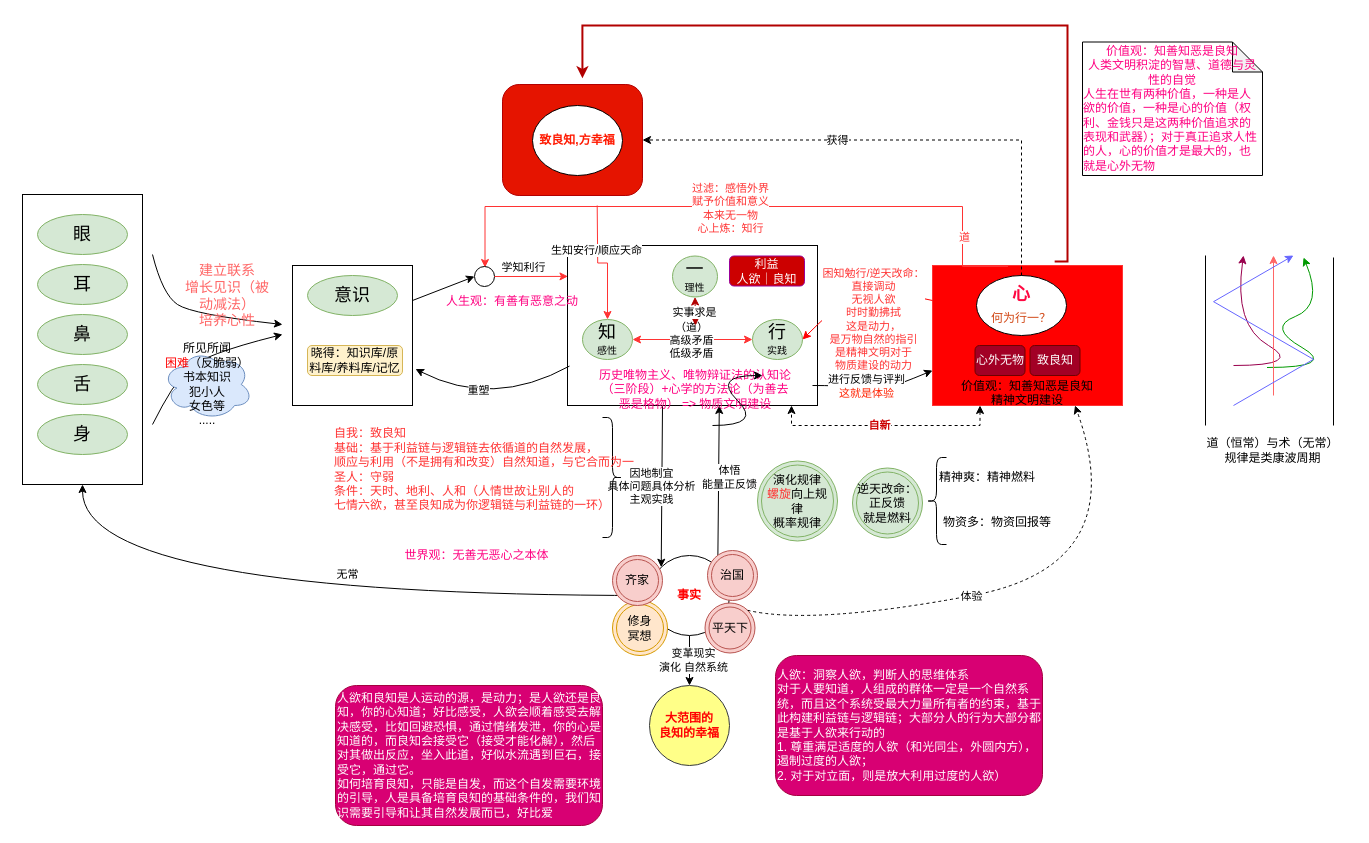
Above: page "存天理灭人欲" (3 of 3) of xinxue.drawio in kason-huang/DrawIO (draw.io), before the change. Source tidied: cells renumbered, new cells numbered last; positions are measured from the earlier drawing's top-left corner, leaving out a move shared by most shapes. Both pictures are drawn from the tidied source at 100%, with x=0, y=0 at pixel (17, 25).
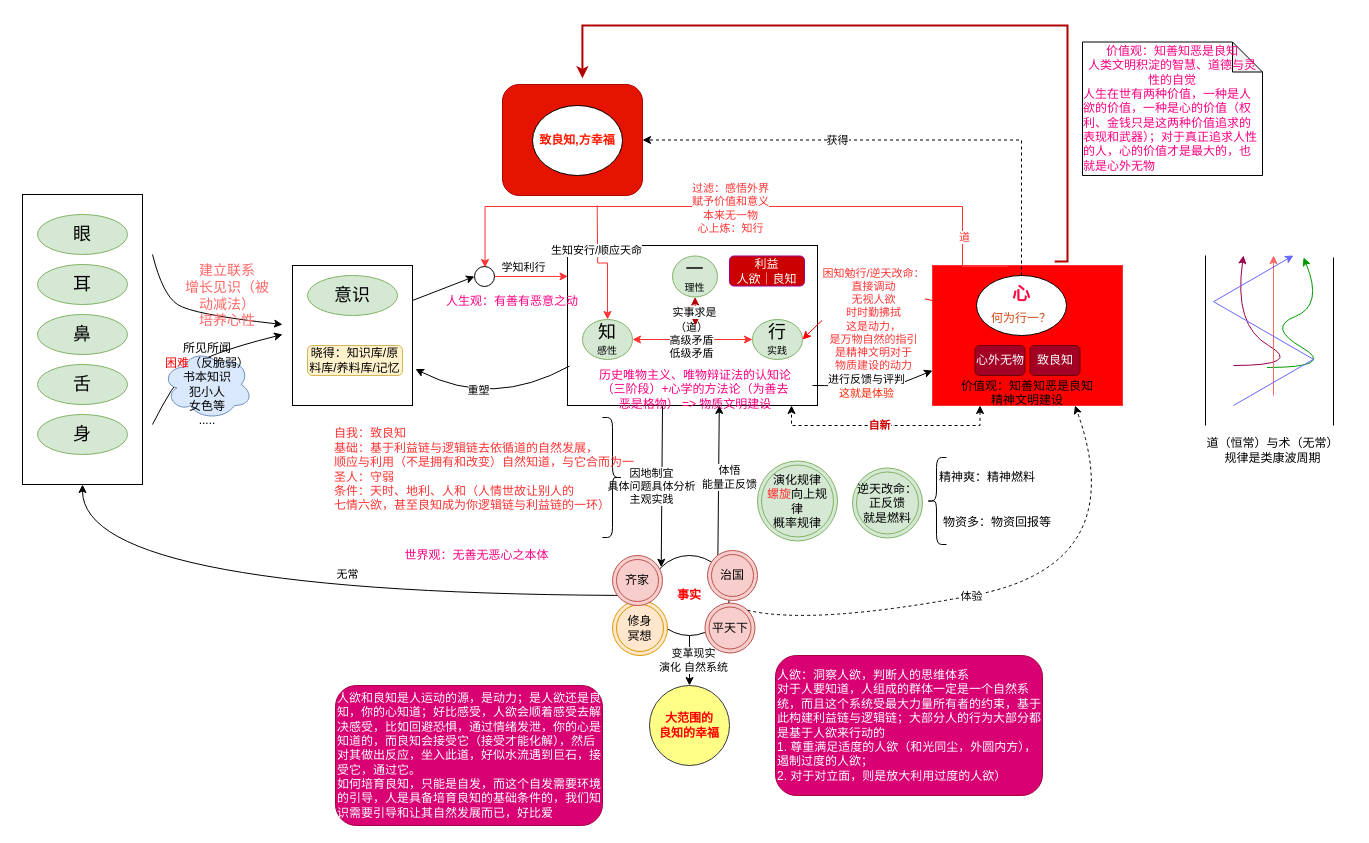
Above is the later version.

What changed in the source:
```diff
@@
-    <mxCell id="86" style="curved=1;endArrow=classic;html=1;rounded=0;" parent="1" edge="1">
-      <mxGeometry relative="1" as="geometry">
-        <mxPoint x="695" y="400" as="sourcePoint" />
-        <mxPoint x="745" y="350" as="targetPoint" />
-        <Array as="points">
-          <mxPoint x="745" y="400" />
-          <mxPoint x="695" y="350" />
-        </Array>
-      </mxGeometry>
-    </mxCell>
```
